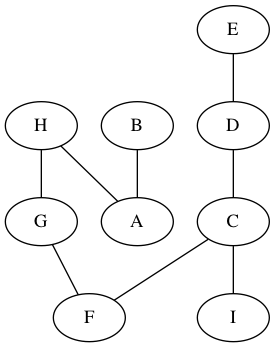
Earlier version of the Graphviz export files/g14mst_kruskal.png (gyuho/goraph). Its source is kept beside it as algorithm/mst/kruskal/g14mst_kruskal.dot.
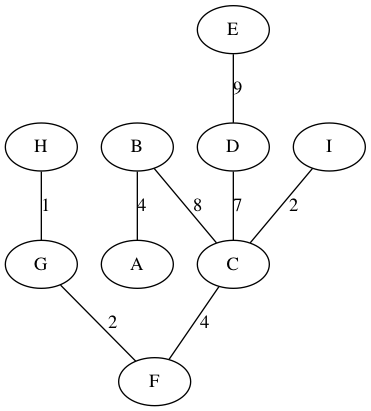
After the change.

What changed in the source:
```diff
@@ -1,10 +1,10 @@
 graph KruskalMST {
-	H -- G
-	C -- I
-	G -- F
-	C -- F
-	B -- A
-	D -- C
-	H -- A
-	E -- D
+	H -- G [label=1]
+	I -- C [label=2]
+	G -- F [label=2]
+	B -- A [label=4]
+	C -- F [label=4]
+	D -- C [label=7]
+	B -- C [label=8]
+	E -- D [label=9]
 }
```
